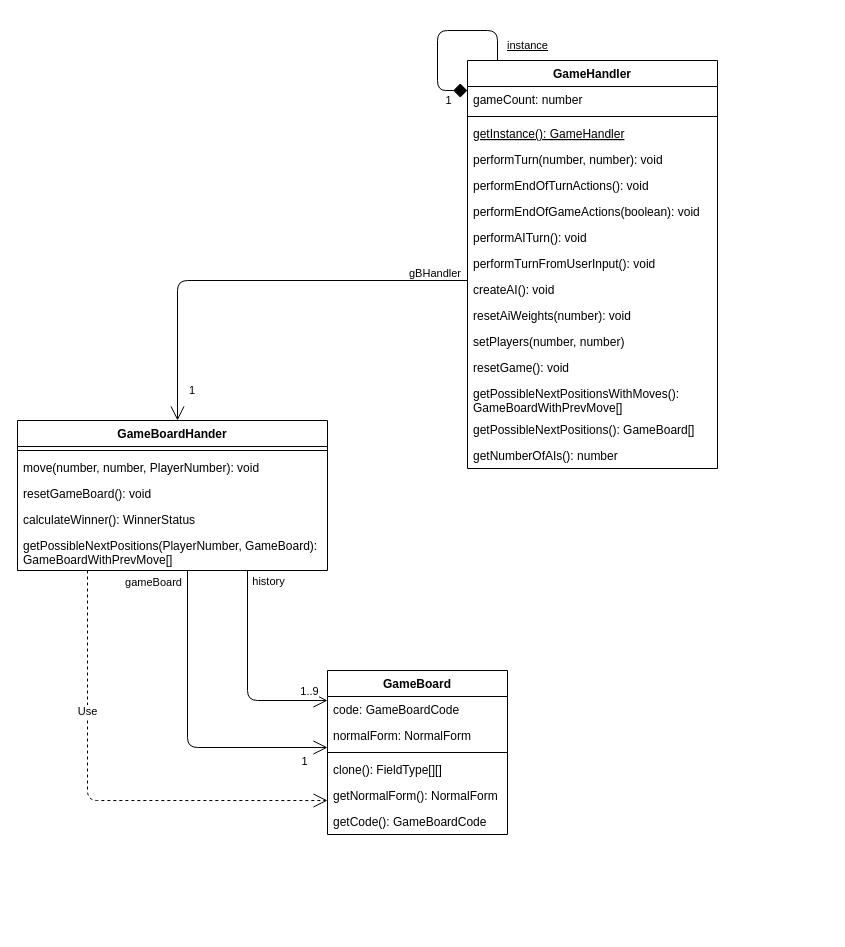
idlaviV/TIKTacToe keeps this draw.io diagram as ProductBacklog/Klassendiagramme/Klassendiagramm.drawio. Above is the earlier version. Source tidied: cells renumbered, new cells numbered last; positions are measured from the earlier drawing's top-left corner, leaving out a move shared by most shapes. Both pictures are drawn from the tidied source at 100%, with x=0, y=0 at pixel (17, 30).
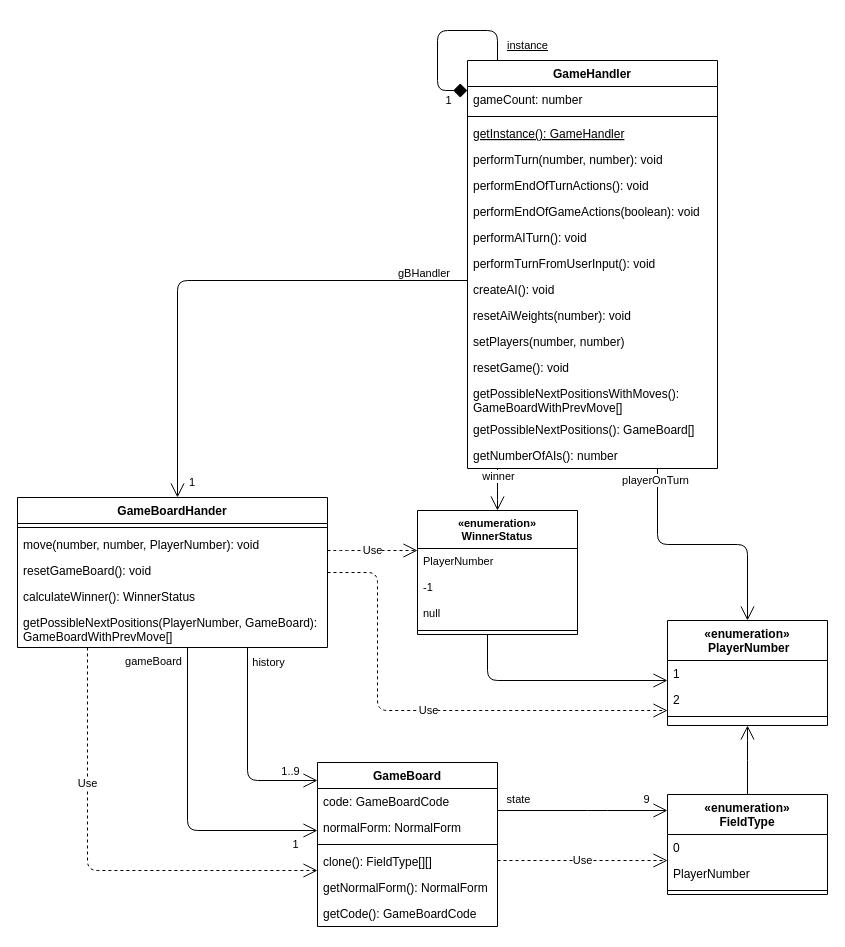
The same page after the edit.

The change refers to these unchanged cells:
```xml
<mxCell id="2" value="GameHandler" style="swimlane;fontStyle=1;align=center;verticalAlign=top;horizontal=1;startSize=26;labelBackgroundColor=default;fillStyle=auto;" parent="1" vertex="1">
  <mxGeometry x="450" y="30" width="250" height="408" as="geometry" />
</mxCell>
<mxCell id="20" value="gBHandler" style="endArrow=open;endFill=0;html=1;edgeStyle=elbowEdgeStyle;align=left;verticalAlign=top;strokeWidth=1;endSize=12;" parent="1" edge="1" source="2" target="22">
  <mxGeometry x="-0.72" y="-20" relative="1" as="geometry">
    <Array as="points">
      <mxPoint x="160" y="250" />
      <mxPoint x="260" y="250" />
    </Array>
  </mxGeometry>
</mxCell>
```

Diff of the diagram source:
```diff
@@
     <mxCell id="21" value="1" style="edgeLabel;html=1;align=left;verticalAlign=bottom;" parent="20" vertex="1">
       <mxGeometry x="-1" relative="1" as="geometry">
-        <mxPoint x="-280" y="118" as="offset" />
+        <mxPoint x="-280" y="210" as="offset" />
       </mxGeometry>
     </mxCell>
     <mxCell id="22" value="GameBoardHander" style="swimlane;fontStyle=1;align=center;verticalAlign=top;horizontal=1;startSize=26;" parent="1" vertex="1">
-      <mxGeometry y="390" width="310" height="150" as="geometry" />
+      <mxGeometry y="467" width="310" height="150" as="geometry" />
     </mxCell>
@@
     <mxCell id="28" style="endArrow=open;endFill=1;endSize=12;html=1;strokeWidth=1;edgeStyle=orthogonalEdgeStyle;" parent="1" edge="1" source="22" target="35">
       <mxGeometry relative="1" as="geometry">
         <Array as="points">
-          <mxPoint x="230" y="670" />
+          <mxPoint x="230" y="750" />
         </Array>
       </mxGeometry>
     </mxCell>
     <mxCell id="29" value="history" style="edgeLabel;html=1;align=center;verticalAlign=middle;" parent="28" vertex="1">
       <mxGeometry x="-0.61" y="4" relative="1" as="geometry">
-        <mxPoint x="16" y="-31" as="offset" />
+        <mxPoint x="16" y="-26" as="offset" />
       </mxGeometry>
     </mxCell>
     <mxCell id="30" value="1..9" style="edgeLabel;html=1;align=center;verticalAlign=middle;" parent="28" vertex="1">
       <mxGeometry x="0.55" y="1" relative="1" as="geometry">
-        <mxPoint x="28" y="-9" as="offset" />
+        <mxPoint x="18" y="-9" as="offset" />
       </mxGeometry>
     </mxCell>
     <mxCell id="31" style="endArrow=open;endFill=1;endSize=12;html=1;strokeWidth=1;edgeStyle=orthogonalEdgeStyle;" parent="1" edge="1" source="22" target="35">
       <mxGeometry relative="1" as="geometry">
         <Array as="points">
-          <mxPoint x="170" y="717" />
+          <mxPoint x="170" y="800" />
         </Array>
       </mxGeometry>
     </mxCell>
     <mxCell id="32" value="gameBoard" style="edgeLabel;html=1;align=center;verticalAlign=middle;" parent="31" vertex="1">
       <mxGeometry x="-0.84" relative="1" as="geometry">
-        <mxPoint x="-35" y="-14" as="offset" />
+        <mxPoint x="-35" y="-12" as="offset" />
       </mxGeometry>
     </mxCell>
@@
     <mxCell id="34" value="Use" style="endArrow=open;endSize=12;dashed=1;html=1;strokeWidth=1;edgeStyle=orthogonalEdgeStyle;" parent="1" edge="1" source="22" target="35">
       <mxGeometry x="-0.4" relative="1" as="geometry">
         <Array as="points">
-          <mxPoint x="70" y="770" />
+          <mxPoint x="70" y="840" />
         </Array>
       </mxGeometry>
     </mxCell>
     <mxCell id="35" value="GameBoard" style="swimlane;fontStyle=1;align=center;verticalAlign=top;horizontal=1;startSize=26;" parent="1" vertex="1">
-      <mxGeometry x="310" y="640" width="180" height="164" as="geometry" />
+      <mxGeometry x="300" y="732" width="180" height="164" as="geometry" />
     </mxCell>
@@
+    <mxCell id="42" value="«enumeration»&#10;FieldType" style="swimlane;fontStyle=1;align=center;verticalAlign=top;horizontal=1;startSize=40;rounded=0;" parent="1" vertex="1">
+      <mxGeometry x="650" y="764" width="160" height="100" as="geometry" />
+    </mxCell>
+    <mxCell id="43" value="0" style="text;strokeColor=none;fillColor=none;align=left;verticalAlign=top;spacingLeft=4;spacingRight=4;overflow=hidden;rounded=0;" parent="42" vertex="1">
+      <mxGeometry y="40" width="160" height="26" as="geometry" />
+    </mxCell>
+    <mxCell id="44" value="PlayerNumber" style="text;strokeColor=none;fillColor=none;align=left;verticalAlign=top;spacingLeft=4;spacingRight=4;overflow=hidden;rounded=0;" parent="42" vertex="1">
+      <mxGeometry y="66" width="160" height="26" as="geometry" />
+    </mxCell>
+    <mxCell id="45" style="line;strokeWidth=1;fillColor=none;align=left;verticalAlign=middle;spacingTop=-1;spacingLeft=3;spacingRight=3;labelPosition=right;strokeColor=inherit;rounded=0;" parent="42" vertex="1">
+      <mxGeometry y="92" width="160" height="8" as="geometry" />
+    </mxCell>
+    <mxCell id="46" style="endArrow=open;endFill=1;endSize=12;html=1;edgeStyle=orthogonalEdgeStyle;" parent="1" edge="1" source="35" target="42">
+      <mxGeometry relative="1" as="geometry">
+        <Array as="points">
+          <mxPoint x="580" y="780" />
+          <mxPoint x="580" y="780" />
+        </Array>
+      </mxGeometry>
+    </mxCell>
+    <mxCell id="47" value="state" style="edgeLabel;html=1;align=center;verticalAlign=middle;" parent="46" vertex="1">
+      <mxGeometry x="-0.76" y="4" relative="1" as="geometry">
+        <mxPoint y="-8" as="offset" />
+      </mxGeometry>
+    </mxCell>
+    <mxCell id="48" value="9" style="edgeLabel;html=1;align=center;verticalAlign=middle;" parent="46" vertex="1">
+      <mxGeometry x="0.59" y="2" relative="1" as="geometry">
+        <mxPoint x="13" y="-10" as="offset" />
+      </mxGeometry>
+    </mxCell>
+    <mxCell id="49" value="Use" style="endArrow=open;endSize=12;dashed=1;html=1;edgeStyle=orthogonalEdgeStyle;" parent="1" edge="1" source="35" target="42">
+      <mxGeometry relative="1" as="geometry">
+        <Array as="points">
+          <mxPoint x="590" y="830" />
+          <mxPoint x="590" y="830" />
+        </Array>
+      </mxGeometry>
+    </mxCell>
+    <mxCell id="50" value="«enumeration»&#10; PlayerNumber" style="swimlane;fontStyle=1;align=center;verticalAlign=top;horizontal=1;startSize=40;rounded=0;shadow=0;strokeWidth=1;" parent="1" vertex="1">
+      <mxGeometry x="650" y="590" width="160" height="105" as="geometry" />
+    </mxCell>
+    <mxCell id="51" value="1" style="text;align=left;verticalAlign=top;spacingLeft=4;spacingRight=4;overflow=hidden;rounded=0;" parent="50" vertex="1">
+      <mxGeometry y="40" width="160" height="26" as="geometry" />
+    </mxCell>
+    <mxCell id="52" value="2" style="text;align=left;verticalAlign=top;spacingLeft=4;spacingRight=4;overflow=hidden;rounded=0;shadow=0;html=0;" parent="50" vertex="1">
+      <mxGeometry y="66" width="160" height="26" as="geometry" />
+    </mxCell>
+    <mxCell id="53" style="line;html=1;strokeWidth=1;align=left;verticalAlign=middle;spacingTop=-1;spacingLeft=3;spacingRight=3;labelPosition=right;rounded=0;" parent="50" vertex="1">
+      <mxGeometry y="92" width="160" height="8" as="geometry" />
+    </mxCell>
+    <mxCell id="54" style="endArrow=open;endFill=1;endSize=12;html=1;edgeStyle=orthogonalEdgeStyle;" parent="1" edge="1" source="42" target="50">
+      <mxGeometry relative="1" as="geometry">
+        <Array as="points">
+          <mxPoint x="730" y="720" />
+          <mxPoint x="730" y="720" />
+        </Array>
+      </mxGeometry>
+    </mxCell>
+    <mxCell id="55" value="«enumeration»&#10;WinnerStatus" style="swimlane;fontStyle=1;align=center;verticalAlign=top;horizontal=1;startSize=38;fontFamily=Helvetica;fontSize=11;fontColor=default;rounded=0;" parent="1" vertex="1">
+      <mxGeometry x="400" y="480" width="160" height="124" as="geometry" />
+    </mxCell>
+    <mxCell id="56" value="PlayerNumber" style="text;strokeColor=none;fillColor=none;align=left;verticalAlign=top;spacingLeft=4;spacingRight=4;overflow=hidden;fontFamily=Helvetica;fontSize=11;fontColor=default;rounded=0;" parent="55" vertex="1">
+      <mxGeometry y="38" width="160" height="26" as="geometry" />
+    </mxCell>
+    <mxCell id="57" value="-1" style="text;strokeColor=none;fillColor=none;align=left;verticalAlign=top;spacingLeft=4;spacingRight=4;overflow=hidden;fontFamily=Helvetica;fontSize=11;fontColor=default;rounded=0;" parent="55" vertex="1">
+      <mxGeometry y="64" width="160" height="26" as="geometry" />
+    </mxCell>
+    <mxCell id="58" value="null" style="text;strokeColor=none;fillColor=none;align=left;verticalAlign=top;spacingLeft=4;spacingRight=4;overflow=hidden;fontFamily=Helvetica;fontSize=11;fontColor=default;rounded=0;" parent="55" vertex="1">
+      <mxGeometry y="90" width="160" height="26" as="geometry" />
+    </mxCell>
+    <mxCell id="59" style="line;strokeWidth=1;fillColor=none;align=left;verticalAlign=middle;spacingTop=-1;spacingLeft=3;spacingRight=3;labelPosition=right;strokeColor=inherit;fontFamily=Helvetica;fontSize=11;fontColor=default;rounded=0;" parent="55" vertex="1">
+      <mxGeometry y="116" width="160" height="8" as="geometry" />
+    </mxCell>
+    <mxCell id="60" style="endArrow=open;endFill=1;endSize=12;html=1;edgeStyle=orthogonalEdgeStyle;" parent="1" edge="1" source="55" target="50">
+      <mxGeometry relative="1" as="geometry">
+        <Array as="points">
+          <mxPoint x="470" y="650" />
+        </Array>
+      </mxGeometry>
+    </mxCell>
+    <mxCell id="61" style="endArrow=open;endFill=1;endSize=12;html=1;edgeStyle=orthogonalEdgeStyle;" parent="1" edge="1" source="2" target="55">
+      <mxGeometry relative="1" as="geometry">
+        <Array as="points">
+          <mxPoint x="480" y="460" />
+          <mxPoint x="480" y="460" />
+        </Array>
+      </mxGeometry>
+    </mxCell>
+    <mxCell id="62" value="winner" style="edgeLabel;html=1;align=center;verticalAlign=middle;" parent="61" vertex="1">
+      <mxGeometry x="-0.68" relative="1" as="geometry" />
+    </mxCell>
+    <mxCell id="63" value="Use" style="endArrow=open;endSize=12;dashed=1;html=1;edgeStyle=orthogonalEdgeStyle;" parent="1" edge="1" source="22" target="55">
+      <mxGeometry relative="1" as="geometry">
+        <Array as="points">
+          <mxPoint x="320" y="520" />
+          <mxPoint x="320" y="520" />
+        </Array>
+      </mxGeometry>
+    </mxCell>
+    <mxCell id="64" value="Use" style="endArrow=open;endSize=12;dashed=1;html=1;edgeStyle=orthogonalEdgeStyle;" parent="1" edge="1" source="22" target="50">
+      <mxGeometry relative="1" as="geometry">
+        <Array as="points">
+          <mxPoint x="360" y="542" />
+          <mxPoint x="360" y="680" />
+        </Array>
+      </mxGeometry>
+    </mxCell>
+    <mxCell id="65" style="endArrow=open;endFill=1;endSize=12;html=1;edgeStyle=orthogonalEdgeStyle;" parent="1" edge="1" source="2" target="50">
+      <mxGeometry relative="1" as="geometry">
+        <Array as="points">
+          <mxPoint x="640" y="514" />
+          <mxPoint x="730" y="514" />
+        </Array>
+      </mxGeometry>
+    </mxCell>
+    <mxCell id="66" value="playerOnTurn" style="edgeLabel;html=1;align=center;verticalAlign=middle;" parent="65" vertex="1">
+      <mxGeometry x="-0.91" y="-3" relative="1" as="geometry" />
+    </mxCell>
```
